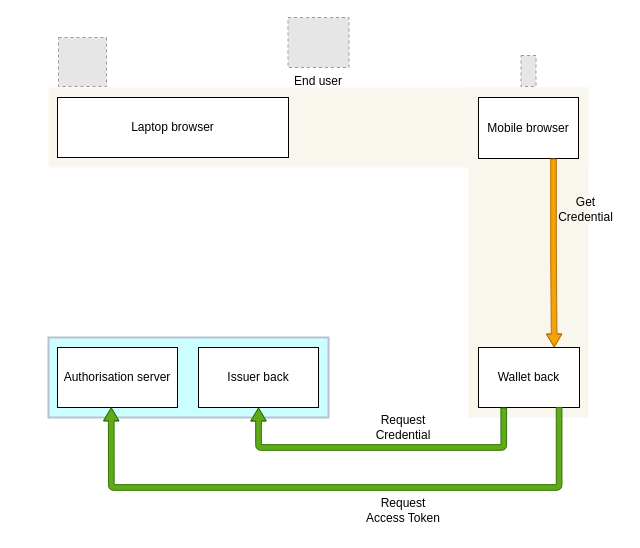
DOME-Marketplace/did-method-elsi keeps this draw.io diagram as images/issuance/issuance_all.drawio. Above is the earlier version. Source tidied: cells renumbered, new cells numbered last; positions are measured from the earlier drawing's top-left corner, leaving out a move shared by most shapes. Both pictures are drawn from the tidied source at 100%, with x=0, y=0 at pixel (48, 17). Pictures stored in the file or linked from it are replaced by grey dashed boxes.
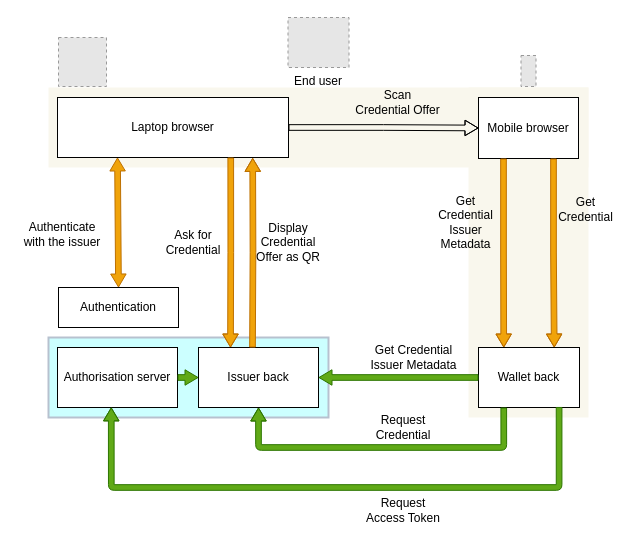
The same page after the edit.

The change refers to these unchanged cells:
```xml
<mxCell id="5" value="Wallet back" style="rounded=0;whiteSpace=wrap;html=1;" parent="1" vertex="1">
  <mxGeometry x="430" y="330" width="101" height="60" as="geometry" />
</mxCell>
<mxCell id="6" value="Mobile browser" style="rounded=0;whiteSpace=wrap;html=1;verticalAlign=middle;" parent="1" vertex="1">
  <mxGeometry x="430" y="80" width="100" height="61" as="geometry" />
</mxCell>
<mxCell id="8" value="Authorisation server" style="rounded=0;whiteSpace=wrap;html=1;" parent="1" vertex="1">
  <mxGeometry x="9" y="330" width="120" height="60" as="geometry" />
</mxCell>
<mxCell id="9" value="Issuer back" style="rounded=0;whiteSpace=wrap;html=1;" parent="1" vertex="1">
  <mxGeometry x="150" y="330" width="120" height="60" as="geometry" />
</mxCell>
<mxCell id="10" value="Laptop browser" style="rounded=0;whiteSpace=wrap;html=1;points=[[0,0,0,0,0],[0,0.25,0,0,0],[0,0.5,0,0,0],[0,0.75,0,0,0],[0,1,0,0,0],[0.25,0,0,0,0],[0.25,1,0,0,0],[0.5,0,0,0,0],[0.5,1,0,0,0],[0.75,0,0,0,0],[0.75,1,0,0,0],[1,0,0,0,0],[1,0.25,0,0,0],[1,0.5,0,0,0],[1,0.75,0,0,0],[1,1,0,0,0]];verticalAlign=middle;" parent="1" vertex="1">
  <mxGeometry x="9" y="80" width="231" height="60" as="geometry" />
</mxCell>
```

The edit, as a diff of the source:
```diff
@@
+    <mxCell id="21" parent="0" />
+    <mxCell id="22" style="rounded=1;jettySize=auto;html=1;startArrow=block;startFill=0;shape=flexArrow;endWidth=8.8;endSize=4;width=5.666666666666667;startSize=4;startWidth=8.8;fillColor=#f0a30a;strokeColor=#BD7000;entryX=0.5;entryY=0;entryDx=0;entryDy=0;" parent="21" edge="1" target="24">
+      <mxGeometry relative="1" as="geometry">
+        <mxPoint x="69" y="140" as="sourcePoint" />
+      </mxGeometry>
+    </mxCell>
+    <mxCell id="23" value="Authenticate with the issuer" style="text;html=1;strokeColor=none;fillColor=none;align=center;verticalAlign=middle;whiteSpace=wrap;rounded=0;" parent="21" vertex="1">
+      <mxGeometry x="-31" y="202" width="90" height="30" as="geometry" />
+    </mxCell>
+    <mxCell id="24" value="Authentication" style="rounded=0;whiteSpace=wrap;html=1;" parent="21" vertex="1">
+      <mxGeometry x="10" y="270" width="120" height="40" as="geometry" />
+    </mxCell>
+    <mxCell id="25" style="rounded=1;jettySize=auto;html=1;startArrow=none;startFill=0;shape=flexArrow;endWidth=8.8;endSize=4;width=5.666666666666667;startSize=4;startWidth=8.8;exitX=1;exitY=0.5;exitDx=0;exitDy=0;edgeStyle=orthogonalEdgeStyle;fillColor=#60a917;strokeColor=#2D7600;" parent="21" edge="1" source="8">
+      <mxGeometry relative="1" as="geometry">
+        <mxPoint x="150" y="360" as="targetPoint" />
+      </mxGeometry>
+    </mxCell>
+    <mxCell id="26" parent="0" />
+    <mxCell id="27" style="rounded=1;jettySize=auto;html=1;startArrow=none;startFill=0;shape=flexArrow;endWidth=8.8;endSize=4;width=5.666666666666667;startSize=4;startWidth=8.8;exitX=1;exitY=0.5;exitDx=0;exitDy=0;edgeStyle=orthogonalEdgeStyle;exitPerimeter=0;entryX=0;entryY=0.5;entryDx=0;entryDy=0;" parent="26" edge="1" source="10" target="6">
+      <mxGeometry relative="1" as="geometry" />
+    </mxCell>
+    <mxCell id="28" value="Scan&lt;br&gt;Credential Offer" style="text;html=1;strokeColor=none;fillColor=none;align=center;verticalAlign=middle;whiteSpace=wrap;rounded=0;" parent="26" vertex="1">
+      <mxGeometry x="299" y="60" width="101" height="50" as="geometry" />
+    </mxCell>
+    <mxCell id="29" value="Display&lt;br&gt;Credential Offer as QR" style="text;html=1;strokeColor=none;fillColor=none;align=center;verticalAlign=middle;whiteSpace=wrap;rounded=0;" parent="26" vertex="1">
+      <mxGeometry x="200" y="200" width="80" height="50" as="geometry" />
+    </mxCell>
+    <mxCell id="30" style="rounded=1;jettySize=auto;html=1;startArrow=none;startFill=0;shape=flexArrow;endWidth=8.8;endSize=4;width=5.666666666666667;startSize=4;startWidth=8.8;edgeStyle=orthogonalEdgeStyle;entryX=0.845;entryY=1.007;entryDx=0;entryDy=0;entryPerimeter=0;fillColor=#f0a30a;strokeColor=#BD7000;" parent="26" edge="1" target="10">
+      <mxGeometry relative="1" as="geometry">
+        <mxPoint x="204" y="330" as="sourcePoint" />
+      </mxGeometry>
+    </mxCell>
+    <mxCell id="31" style="rounded=1;jettySize=auto;html=1;startArrow=none;startFill=0;shape=flexArrow;endWidth=8.8;endSize=4;width=5.666666666666667;startSize=4;startWidth=8.8;exitX=0.75;exitY=1;exitDx=0;exitDy=0;exitPerimeter=0;edgeStyle=orthogonalEdgeStyle;fillColor=#f0a30a;strokeColor=#BD7000;" parent="26" edge="1" source="10">
+      <mxGeometry relative="1" as="geometry">
+        <mxPoint x="182" y="330" as="targetPoint" />
+      </mxGeometry>
+    </mxCell>
+    <mxCell id="32" value="Ask for Credential" style="text;html=1;strokeColor=none;fillColor=none;align=center;verticalAlign=middle;whiteSpace=wrap;rounded=0;" parent="26" vertex="1">
+      <mxGeometry x="100" y="210" width="90" height="30" as="geometry" />
+    </mxCell>
+    <mxCell id="33" parent="0" />
+    <mxCell id="34" value="Get Credential Issuer Metadata" style="text;html=1;strokeColor=none;fillColor=none;align=center;verticalAlign=middle;whiteSpace=wrap;rounded=0;" parent="33" vertex="1">
+      <mxGeometry x="320" y="320" width="91" height="40" as="geometry" />
+    </mxCell>
+    <mxCell id="35" value="Get Credential Issuer Metadata" style="text;html=1;strokeColor=none;fillColor=none;align=center;verticalAlign=middle;whiteSpace=wrap;rounded=0;" parent="33" vertex="1">
+      <mxGeometry x="380" y="170" width="75" height="70" as="geometry" />
+    </mxCell>
+    <mxCell id="36" style="rounded=1;jettySize=auto;html=1;startArrow=none;startFill=0;shape=flexArrow;endWidth=8.8;endSize=4;width=5.666666666666667;startSize=4;startWidth=8.8;exitX=0.25;exitY=1;exitDx=0;exitDy=0;entryX=0.25;entryY=0;entryDx=0;entryDy=0;edgeStyle=orthogonalEdgeStyle;fillColor=#f0a30a;strokeColor=#BD7000;" parent="33" edge="1" source="6" target="5">
+      <mxGeometry relative="1" as="geometry" />
+    </mxCell>
+    <mxCell id="37" style="rounded=1;jettySize=auto;html=1;startArrow=none;startFill=0;shape=flexArrow;endWidth=8.8;endSize=4;width=5.666666666666667;startSize=4;startWidth=8.8;exitX=0;exitY=0.5;exitDx=0;exitDy=0;entryX=1;entryY=0.5;entryDx=0;entryDy=0;edgeStyle=orthogonalEdgeStyle;fillColor=#60a917;strokeColor=#2D7600;" parent="33" edge="1" source="5" target="9">
+      <mxGeometry relative="1" as="geometry" />
+    </mxCell>
```
